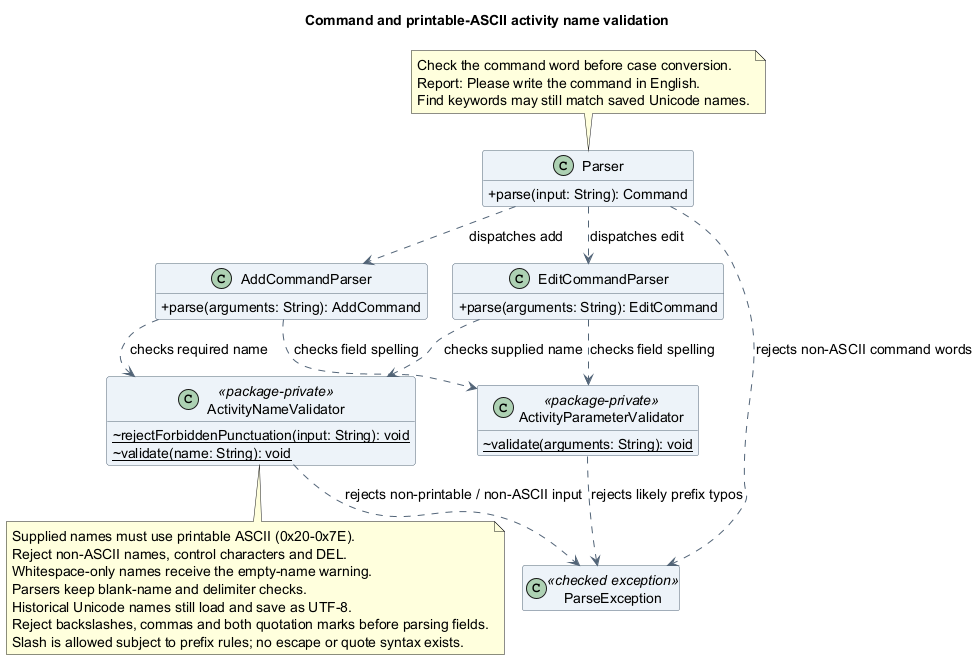
AY2627S1-CS2113-T10-4/tp keeps this PlantUML diagram as docs/images/luke/class/ActivityNameValidatorClassDiagram.png. Above is the earlier version.
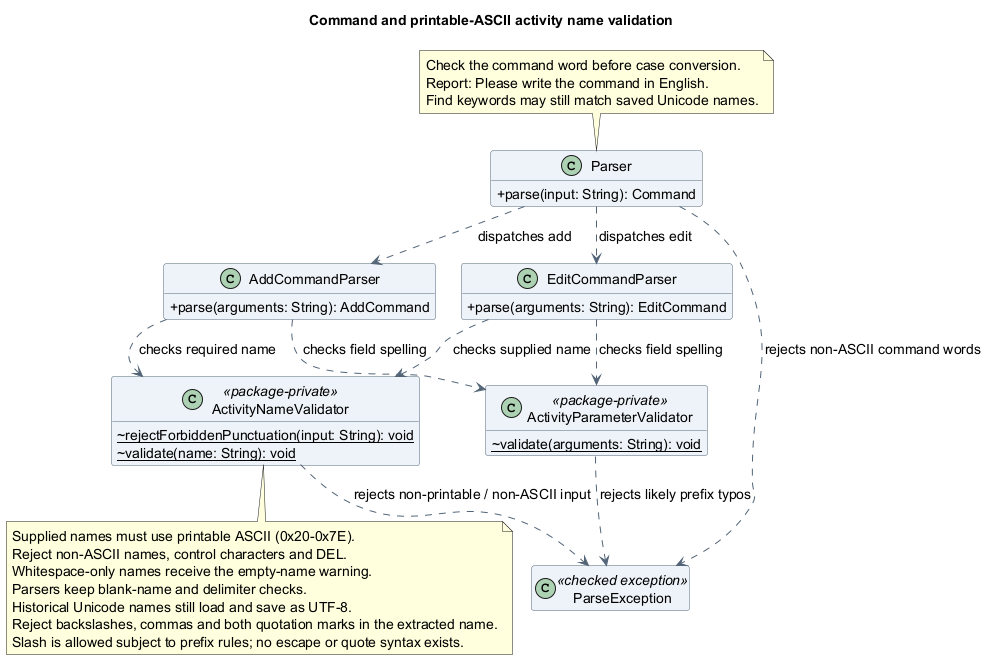
The same file after the commit.

The edit, as a diff of the source:
```diff
@@ -51,7 +51,7 @@
   Whitespace-only names receive the empty-name warning.
   Parsers keep blank-name and delimiter checks.
   Historical Unicode names still load and save as UTF-8.
-  Reject backslashes, commas and both quotation marks before parsing fields.
+  Reject backslashes, commas and both quotation marks in the extracted name.
   Slash is allowed subject to prefix rules; no escape or quote syntax exists.
 end note
 @enduml
```
